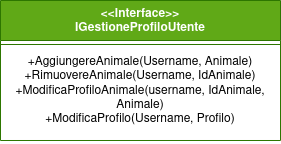
Before: Interfacce/GestioneProfiloUtente Interface.drawio.png, a diagram exported from draw.io (Iannicc/Pet-Party). Source tidied: cells renumbered, new cells last; positions are measured from the earlier drawing's top-left corner, leaving out a move shared by most shapes.
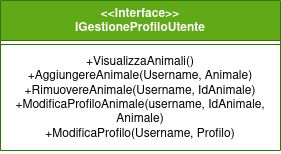
Later version of the same file.

What changed in the source:
```diff
@@ -3,13 +3,13 @@
     <mxCell id="0" />
     <mxCell id="1" parent="0" />
     <mxCell id="2" value="&lt;div&gt;&amp;lt;&amp;lt;Interface&amp;gt;&amp;gt;&lt;/div&gt;&lt;div&gt;IGestioneProfiloUtente&lt;br&gt;&lt;/div&gt;" style="swimlane;fontStyle=1;align=center;verticalAlign=top;horizontal=1;startSize=40;whiteSpace=wrap;html=1;fillColor=#60a917;fontColor=#ffffff;strokeColor=#2D7600;" parent="1" vertex="1">
-      <mxGeometry width="280" height="140" as="geometry" />
+      <mxGeometry width="280" height="150" as="geometry" />
     </mxCell>
     <mxCell id="3" style="line;strokeWidth=1;fillColor=none;align=left;verticalAlign=middle;spacingTop=-1;spacingLeft=3;spacingRight=3;labelPosition=right;strokeColor=inherit;" parent="2" vertex="1">
       <mxGeometry y="40" width="280" height="8" as="geometry" />
     </mxCell>
-    <mxCell id="4" value="&lt;div&gt;+AggiungereAnimale(Username, Animale)&lt;/div&gt;&lt;div&gt;+RimuovereAnimale(Username, IdAnimale)&lt;/div&gt;&lt;div&gt;+ModificaProfiloAnimale(username, IdAnimale, Animale)&lt;/div&gt;&lt;div&gt;+ModificaProfilo(Username, Profilo)&lt;br&gt;&lt;/div&gt;" style="text;strokeColor=none;fillColor=none;align=center;verticalAlign=top;spacingLeft=4;spacingRight=4;overflow=hidden;whiteSpace=wrap;html=1;" parent="2" vertex="1">
-      <mxGeometry y="48" width="280" height="92" as="geometry" />
+    <mxCell id="4" value="&lt;div&gt;+VisualizzaAnimali()&lt;br&gt;&lt;/div&gt;&lt;div&gt;+AggiungereAnimale(Username, Animale)&lt;/div&gt;&lt;div&gt;+RimuovereAnimale(Username, IdAnimale)&lt;/div&gt;&lt;div&gt;+ModificaProfiloAnimale(username, IdAnimale, Animale)&lt;/div&gt;&lt;div&gt;+ModificaProfilo(Username, Profilo)&lt;br&gt;&lt;/div&gt;" style="text;strokeColor=none;fillColor=none;align=center;verticalAlign=top;spacingLeft=4;spacingRight=4;overflow=hidden;whiteSpace=wrap;html=1;" parent="2" vertex="1">
+      <mxGeometry y="48" width="280" height="102" as="geometry" />
     </mxCell>
   </root>
 </mxGraphModel>
```
